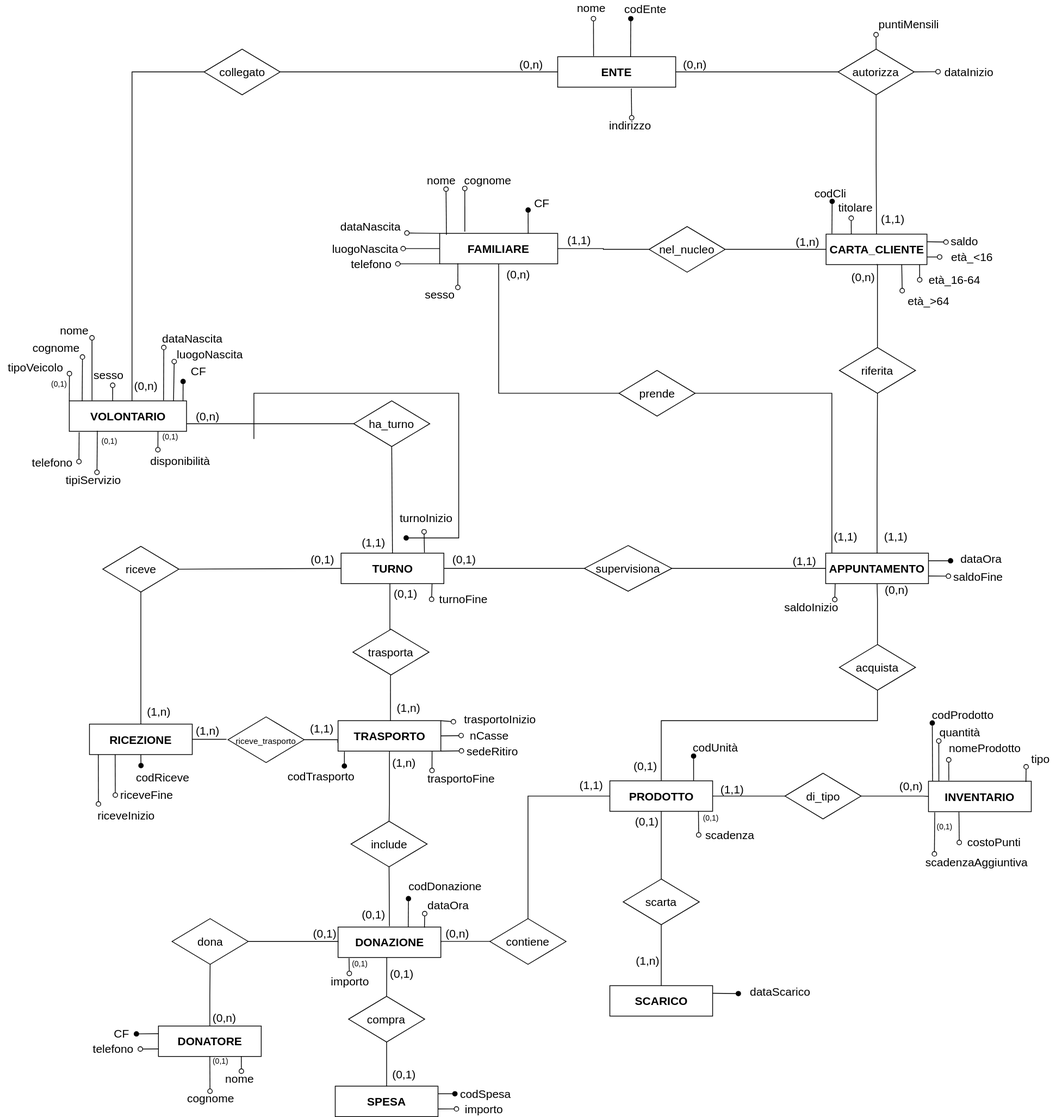
Before: PARTE I/.socialMarket_res.svg, a diagram exported from draw.io (Ludof63/BDD-project). Source tidied: cells renumbered, new cells last; positions are measured from the earlier drawing's top-left corner, leaving out a move shared by most shapes.
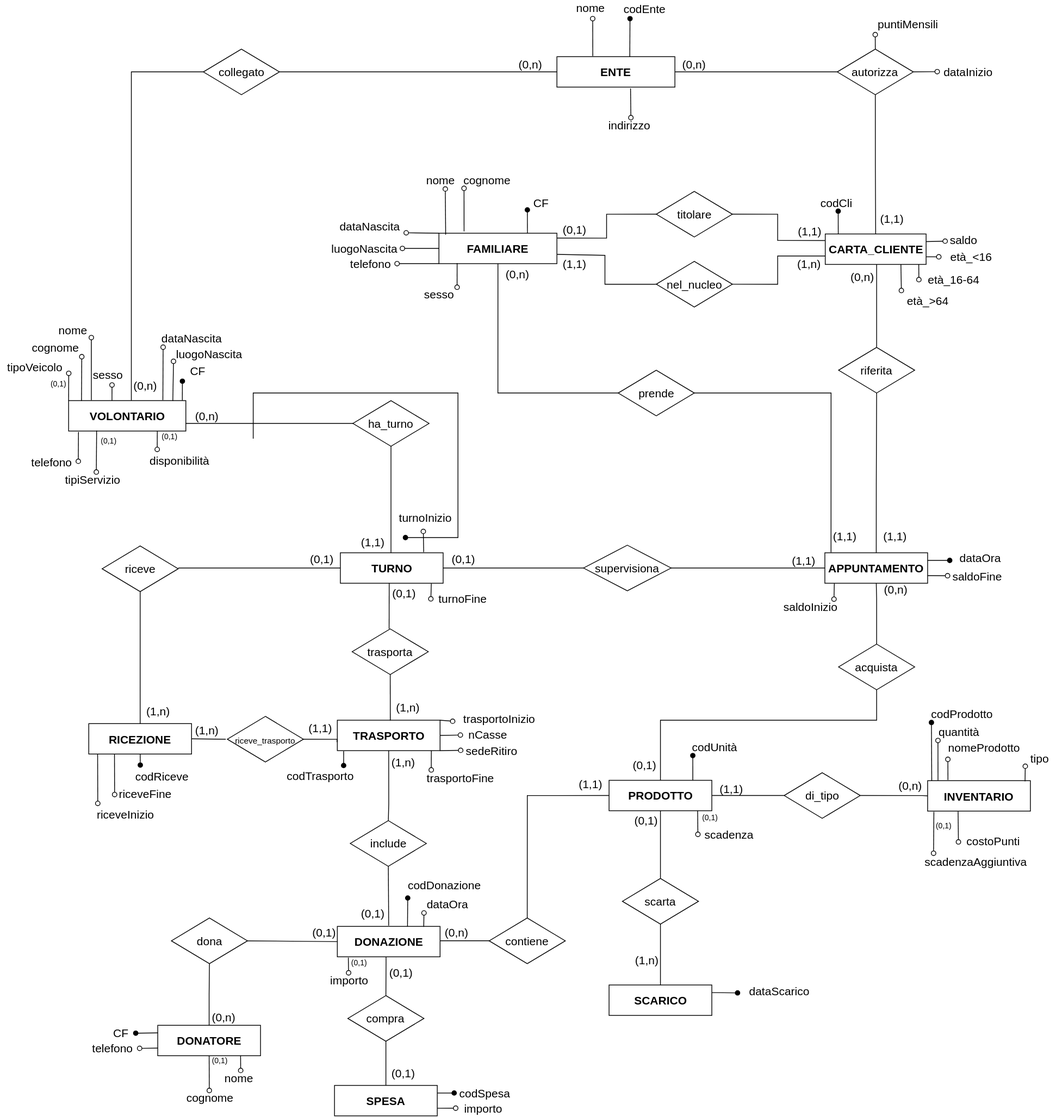
After the commit.

Commit message:
modifica schemi ER per titolare

What changed in the source:
```diff
@@ -11,9 +11,6 @@
     <mxCell id="4" value="&lt;b&gt;&lt;font style=&quot;font-size: 15px&quot;&gt;VOLONTARIO&lt;br&gt;&lt;/font&gt;&lt;/b&gt;" style="rounded=0;whiteSpace=wrap;html=1;" parent="1" vertex="1">
       <mxGeometry x="90.5" y="526" width="154" height="40" as="geometry" />
     </mxCell>
-    <mxCell id="5" value="nel_nucleo" style="rhombus;whiteSpace=wrap;html=1;fontSize=15;" parent="1" vertex="1">
-      <mxGeometry x="852" y="297" width="100" height="60" as="geometry" />
-    </mxCell>
     <mxCell id="6" value="&lt;b&gt;&lt;font style=&quot;font-size: 15px&quot;&gt;DONAZIONE&lt;br&gt;&lt;/font&gt;&lt;/b&gt;" style="rounded=0;whiteSpace=wrap;html=1;" parent="1" vertex="1">
       <mxGeometry x="443.5" y="1217" width="135" height="40" as="geometry" />
     </mxCell>
@@ -36,12 +33,6 @@
     <mxCell id="11" value="trasporta" style="rhombus;whiteSpace=wrap;html=1;fontSize=15;" parent="1" vertex="1">
       <mxGeometry x="463" y="826" width="100" height="60" as="geometry" />
     </mxCell>
-    <mxCell id="12" style="endArrow=none;html=1;rounded=0;fontSize=15;exitX=1;exitY=0.5;exitDx=0;exitDy=0;edgeStyle=orthogonalEdgeStyle;entryX=0;entryY=0.5;entryDx=0;entryDy=0;" parent="1" edge="1" source="5" target="3">
-      <mxGeometry relative="1" as="geometry" />
-    </mxCell>
-    <mxCell id="13" style="endArrow=none;html=1;rounded=0;fontSize=15;exitX=1;exitY=0.5;exitDx=0;exitDy=0;edgeStyle=orthogonalEdgeStyle;entryX=0;entryY=0.5;entryDx=0;entryDy=0;" parent="1" edge="1" source="19" target="5">
-      <mxGeometry relative="1" as="geometry" />
-    </mxCell>
     <mxCell id="14" value="supervisiona" style="rhombus;whiteSpace=wrap;html=1;fontSize=15;" parent="1" vertex="1">
       <mxGeometry x="767" y="716" width="115" height="60" as="geometry" />
     </mxCell>
@@ -89,30 +80,18 @@
     <mxCell id="24" value="(1,1)" style="text;html=1;align=center;verticalAlign=middle;strokeColor=none;fillColor=none;fontSize=15;" parent="1" vertex="1">
       <mxGeometry x="1030.5" y="726" width="50" height="20" as="geometry" />
     </mxCell>
-    <mxCell id="25" value="(1,n)" style="text;html=1;align=center;verticalAlign=middle;strokeColor=none;fillColor=none;fontSize=15;" parent="1" vertex="1">
-      <mxGeometry x="1034.5" y="307" width="50" height="20" as="geometry" />
-    </mxCell>
-    <mxCell id="26" value="(1,1)" style="text;html=1;align=center;verticalAlign=middle;strokeColor=none;fillColor=none;fontSize=15;" parent="1" vertex="1">
-      <mxGeometry x="735" y="305" width="50" height="20" as="geometry" />
-    </mxCell>
     <mxCell id="27" value="(0,n)" style="text;html=1;align=center;verticalAlign=middle;strokeColor=none;fillColor=none;fontSize=15;" parent="1" vertex="1">
       <mxGeometry x="654.5" y="350" width="50" height="20" as="geometry" />
     </mxCell>
     <mxCell id="28" value="(1,n)" style="text;html=1;align=center;verticalAlign=middle;strokeColor=none;fillColor=none;fontSize=15;" parent="1" vertex="1">
       <mxGeometry x="504.5" y="991" width="50" height="20" as="geometry" />
     </mxCell>
-    <mxCell id="29" style="edgeStyle=none;rounded=0;jettySize=auto;html=1;fontSize=15;endArrow=oval;endFill=1;exitX=0.058;exitY=-0.017;exitDx=0;exitDy=0;exitPerimeter=0;entryX=0.55;entryY=1.05;entryDx=0;entryDy=0;entryPerimeter=0;" parent="1" edge="1" source="3" target="30">
+    <mxCell id="29" style="edgeStyle=none;rounded=0;jettySize=auto;html=1;fontSize=15;endArrow=oval;endFill=1;exitX=0.129;exitY=0.002;exitDx=0;exitDy=0;exitPerimeter=0;entryX=0.55;entryY=1.05;entryDx=0;entryDy=0;entryPerimeter=0;" parent="1" edge="1" source="3" target="30">
       <mxGeometry relative="1" as="geometry" />
     </mxCell>
     <mxCell id="30" value="codCli" style="text;html=1;align=center;verticalAlign=middle;points=[];strokeColor=none;fillColor=none;fontSize=15;" parent="1" vertex="1">
-      <mxGeometry x="1059.5" y="243" width="60" height="20" as="geometry" />
+      <mxGeometry x="1068.5" y="256" width="60" height="20" as="geometry" />
     </mxCell>
-    <mxCell id="31" value="titolare" style="text;html=1;align=center;verticalAlign=middle;points=[];strokeColor=none;fillColor=none;fontSize=15;" parent="1" vertex="1">
-      <mxGeometry x="1087.5" y="257" width="70" height="30" as="geometry" />
-    </mxCell>
-    <mxCell id="32" style="edgeStyle=none;rounded=0;jettySize=auto;html=1;fontSize=15;endArrow=oval;endFill=0;exitX=0.25;exitY=0;exitDx=0;exitDy=0;entryX=0.429;entryY=0.967;entryDx=0;entryDy=0;entryPerimeter=0;" parent="1" edge="1" source="3" target="31">
-      <mxGeometry relative="1" as="geometry" />
-    </mxCell>
     <mxCell id="33" value="&lt;b&gt;&lt;font style=&quot;font-size: 15px&quot;&gt;ENTE&lt;br&gt;&lt;/font&gt;&lt;/b&gt;" style="rounded=0;whiteSpace=wrap;html=1;" parent="1" vertex="1">
       <mxGeometry x="732" y="74" width="155" height="40" as="geometry" />
     </mxCell>
@@ -178,7 +157,7 @@
       <mxGeometry x="166" y="496" width="50" height="20" as="geometry" />
     </mxCell>
     <mxCell id="52" value="saldo" style="text;html=1;align=center;verticalAlign=middle;points=[];strokeColor=none;fillColor=none;fontSize=15;" parent="1" vertex="1">
-      <mxGeometry x="1241" y="306" width="50" height="20" as="geometry" />
+      <mxGeometry x="1241" y="305" width="50" height="20" as="geometry" />
     </mxCell>
     <mxCell id="53" value="puntiMensili" style="text;html=1;align=center;verticalAlign=middle;points=[];strokeColor=none;fillColor=none;fontSize=15;" parent="1" vertex="1">
       <mxGeometry x="1148" y="21" width="90" height="20" as="geometry" />
@@ -803,5 +782,53 @@
     <mxCell id="226" style="edgeStyle=none;rounded=0;jettySize=auto;html=1;fontSize=15;endArrow=oval;endFill=0;exitX=0.198;exitY=-0.024;exitDx=0;exitDy=0;exitPerimeter=0;entryX=0.105;entryY=1.015;entryDx=0;entryDy=0;entryPerimeter=0;" parent="1" edge="1" source="165" target="225">
       <mxGeometry relative="1" as="geometry" />
     </mxCell>
+    <mxCell id="5" value="nel_nucleo" style="rhombus;whiteSpace=wrap;html=1;fontSize=15;" parent="1" vertex="1">
+      <mxGeometry x="862.5" y="343" width="100" height="60" as="geometry" />
+    </mxCell>
+    <mxCell id="12" style="endArrow=none;html=1;rounded=0;fontSize=15;exitX=1;exitY=0.5;exitDx=0;exitDy=0;edgeStyle=orthogonalEdgeStyle;entryX=0;entryY=0.75;entryDx=0;entryDy=0;" parent="1" edge="1" source="5" target="3">
+      <mxGeometry relative="1" as="geometry">
+        <Array as="points">
+          <mxPoint x="1022" y="373" />
+          <mxPoint x="1022" y="336" />
+          <mxPoint x="1085" y="336" />
+        </Array>
+      </mxGeometry>
+    </mxCell>
+    <mxCell id="13" style="endArrow=none;html=1;rounded=0;fontSize=15;edgeStyle=orthogonalEdgeStyle;exitX=1.001;exitY=0.695;exitDx=0;exitDy=0;entryX=0.016;entryY=0.497;entryDx=0;entryDy=0;entryPerimeter=0;exitPerimeter=0;" parent="1" edge="1" source="19" target="5">
+      <mxGeometry relative="1" as="geometry">
+        <Array as="points">
+          <mxPoint x="732" y="335" />
+          <mxPoint x="795" y="335" />
+          <mxPoint x="795" y="373" />
+          <mxPoint x="860" y="373" />
+        </Array>
+      </mxGeometry>
+    </mxCell>
+    <mxCell id="227" value="(1,1)" style="text;html=1;align=center;verticalAlign=middle;strokeColor=none;fillColor=none;fontSize=15;" parent="1" vertex="1">
+      <mxGeometry x="730" y="336" width="50" height="20" as="geometry" />
+    </mxCell>
+    <mxCell id="31" value="titolare" style="rhombus;whiteSpace=wrap;html=1;fontSize=15;" parent="1" vertex="1">
+      <mxGeometry x="862.5" y="251" width="100" height="60" as="geometry" />
+    </mxCell>
+    <mxCell id="228" style="endArrow=none;html=1;rounded=0;fontSize=15;exitX=1;exitY=0.5;exitDx=0;exitDy=0;edgeStyle=orthogonalEdgeStyle;entryX=-0.002;entryY=0.216;entryDx=0;entryDy=0;entryPerimeter=0;" parent="1" edge="1" source="31" target="3">
+      <mxGeometry relative="1" as="geometry">
+        <Array as="points">
+          <mxPoint x="1022" y="281" />
+          <mxPoint x="1022" y="316" />
+        </Array>
+      </mxGeometry>
+    </mxCell>
+    <mxCell id="229" style="endArrow=none;html=1;rounded=0;fontSize=15;exitX=1.001;exitY=0.16;exitDx=0;exitDy=0;edgeStyle=orthogonalEdgeStyle;entryX=0;entryY=0.5;entryDx=0;entryDy=0;exitPerimeter=0;" parent="1" edge="1" source="19" target="31">
+      <mxGeometry relative="1" as="geometry" />
+    </mxCell>
+    <mxCell id="230" value="(0,1)" style="text;html=1;align=center;verticalAlign=middle;strokeColor=none;fillColor=none;fontSize=15;" parent="1" vertex="1">
+      <mxGeometry x="730" y="286" width="50" height="30" as="geometry" />
+    </mxCell>
+    <mxCell id="231" value="(1,1)" style="text;html=1;align=center;verticalAlign=middle;strokeColor=none;fillColor=none;fontSize=15;" parent="1" vertex="1">
+      <mxGeometry x="1039" y="288" width="50" height="30" as="geometry" />
+    </mxCell>
+    <mxCell id="25" value="(1,n)" style="text;html=1;align=center;verticalAlign=middle;strokeColor=none;fillColor=none;fontSize=15;" parent="1" vertex="1">
+      <mxGeometry x="1038" y="331" width="50" height="30" as="geometry" />
+    </mxCell>
   </root>
 </mxGraphModel>
```
